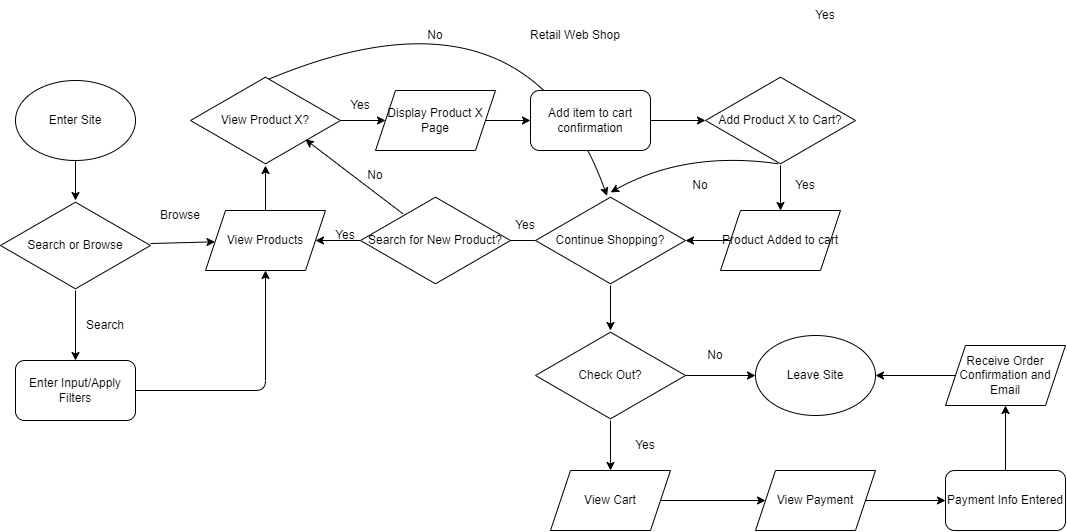
Earlier version of the draw.io export explore/diagramming/diagram.drawio.png (look-its-ashton/fa22-cse110-lab4). Source tidied: cells renumbered, new cells last; positions are measured from the earlier drawing's top-left corner, leaving out a move shared by most shapes.
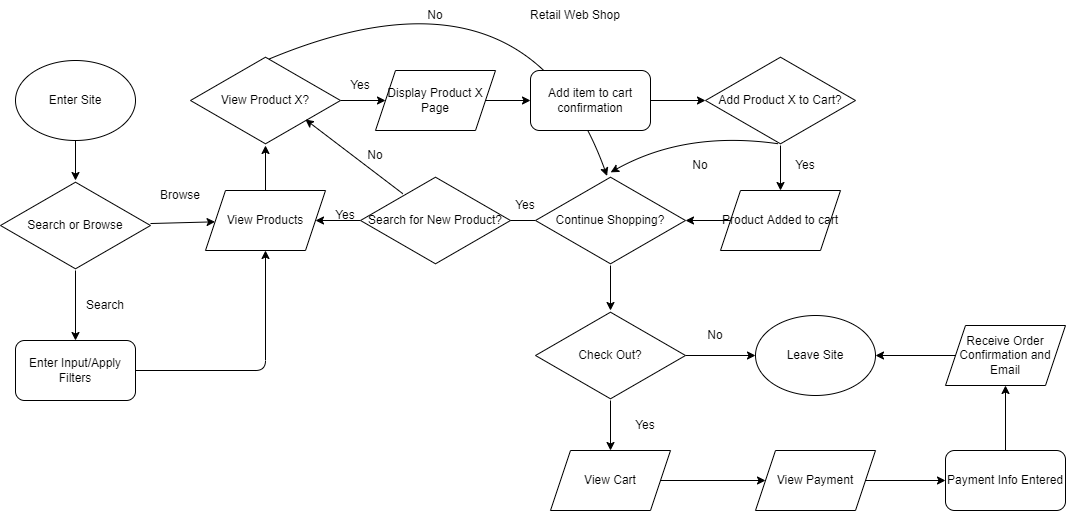
After the commit.

Diff of the diagram source:
```diff
@@ -61,9 +61,6 @@
     <mxCell id="18" value="Add item to cart confirmation" style="rounded=1;whiteSpace=wrap;html=1;" parent="1" vertex="1">
       <mxGeometry x="530" y="120" width="120" height="60" as="geometry" />
     </mxCell>
-    <mxCell id="19" value="Yes" style="text;html=1;strokeColor=none;fillColor=none;align=center;verticalAlign=middle;whiteSpace=wrap;rounded=0;" parent="1" vertex="1">
-      <mxGeometry x="795" y="30" width="60" height="30" as="geometry" />
-    </mxCell>
     <mxCell id="20" style="edgeStyle=none;curved=1;html=1;entryX=0.501;entryY=-0.035;entryDx=0;entryDy=0;exitX=0.486;exitY=0.981;exitDx=0;exitDy=0;exitPerimeter=0;entryPerimeter=0;" parent="1" edge="1" source="22" target="26">
       <mxGeometry relative="1" as="geometry">
         <Array as="points">
```
